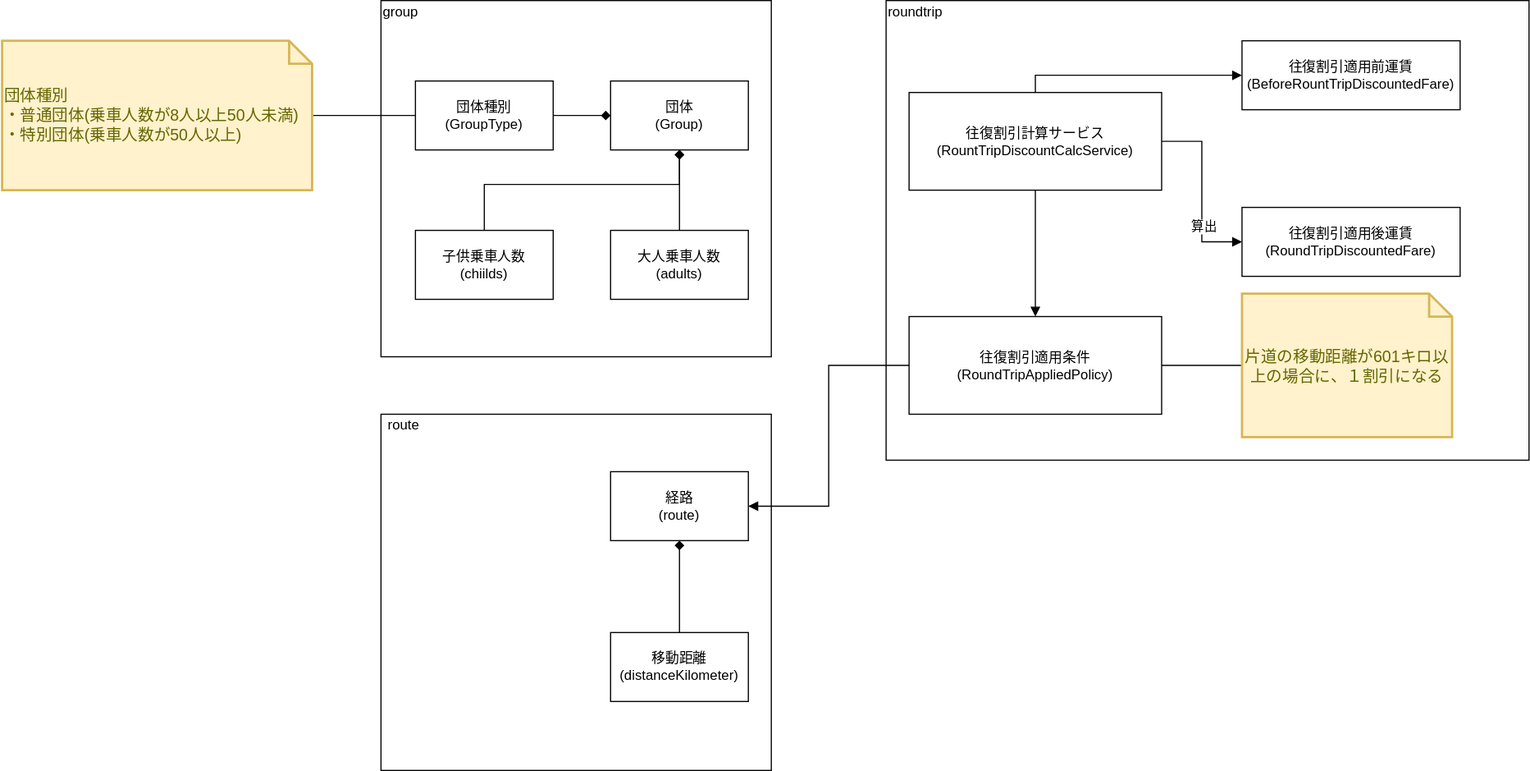
MikiWaraMiki/kotlin-jr-pricing keeps this draw.io diagram as docs/modeling/discount.svg. Above is the earlier version. Source tidied: cells renumbered, new cells last; positions are measured from the earlier drawing's top-left corner, leaving out a move shared by most shapes.
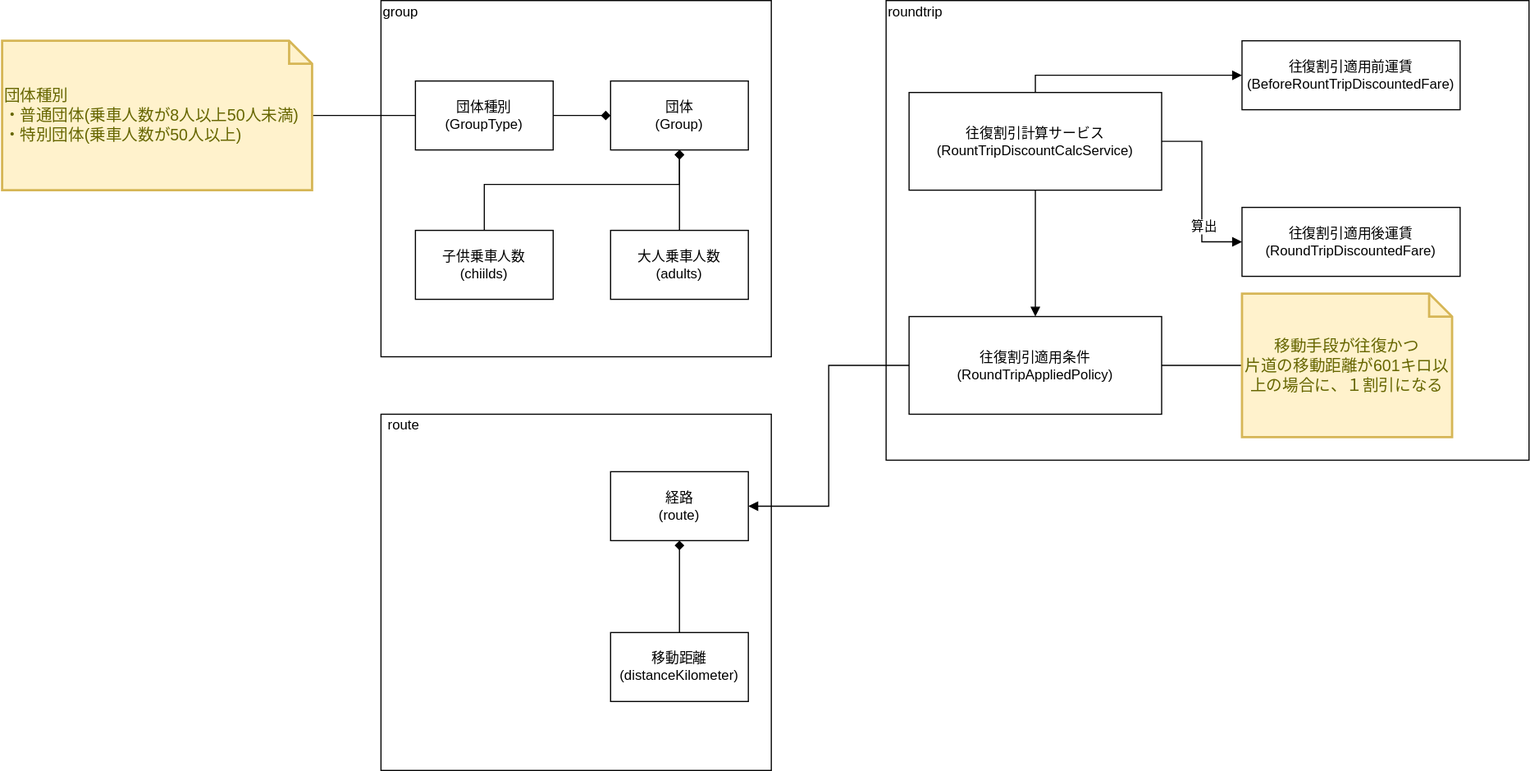
The same file after the commit.

Diff of the diagram source:
```diff
@@ -95,7 +95,7 @@
     <mxCell id="29" value="往復割引適用条件&lt;br&gt;(RoundTripAppliedPolicy)" style="rounded=0;whiteSpace=wrap;html=1;align=center;" parent="1" vertex="1">
       <mxGeometry x="790" y="275" width="220" height="85" as="geometry" />
     </mxCell>
-    <mxCell id="30" value="片道の移動距離が601キロ以上の場合に、１割引になる" style="shape=note;strokeWidth=2;fontSize=14;size=20;whiteSpace=wrap;html=1;fillColor=#fff2cc;strokeColor=#d6b656;fontColor=#666600;align=center;" parent="1" vertex="1">
+    <mxCell id="30" value="移動手段が往復かつ&lt;br&gt;片道の移動距離が601キロ以上の場合に、１割引になる" style="shape=note;strokeWidth=2;fontSize=14;size=20;whiteSpace=wrap;html=1;fillColor=#fff2cc;strokeColor=#d6b656;fontColor=#666600;align=center;" parent="1" vertex="1">
       <mxGeometry x="1080" y="255" width="183" height="125" as="geometry" />
     </mxCell>
   </root>
```
